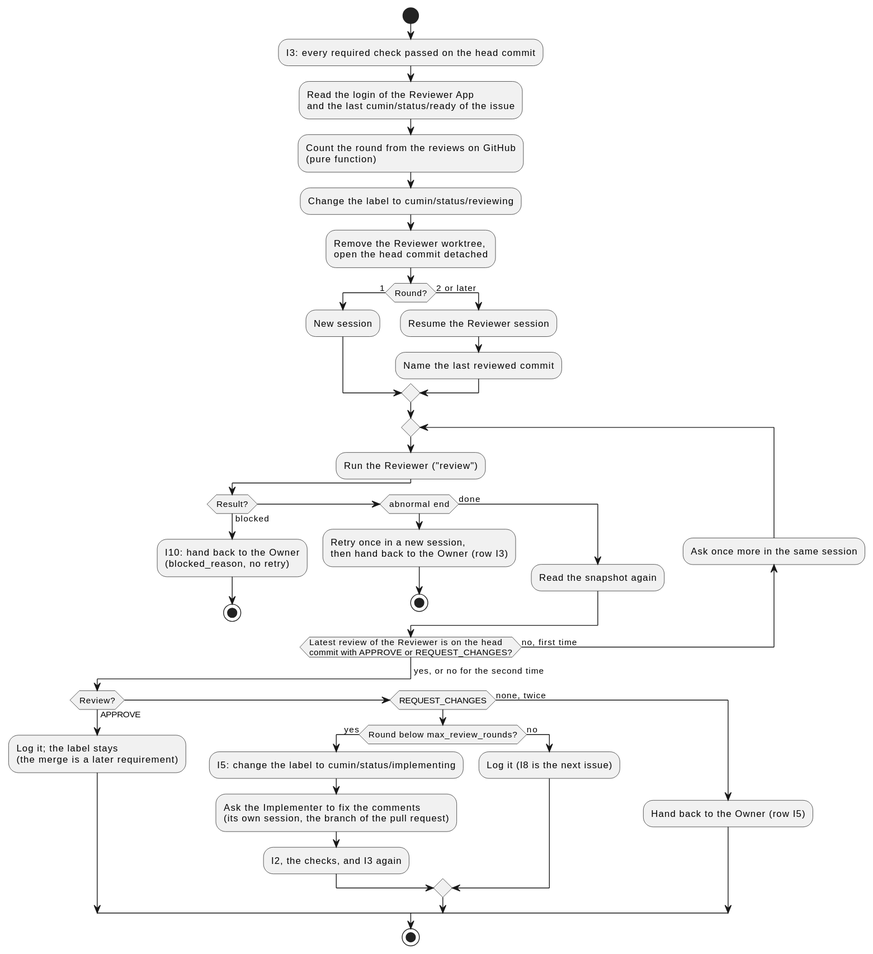
This is docs/ja/designs/poll-review.svg from cloveclovedev/cumin-works, a PlantUML export, as it was before one commit.
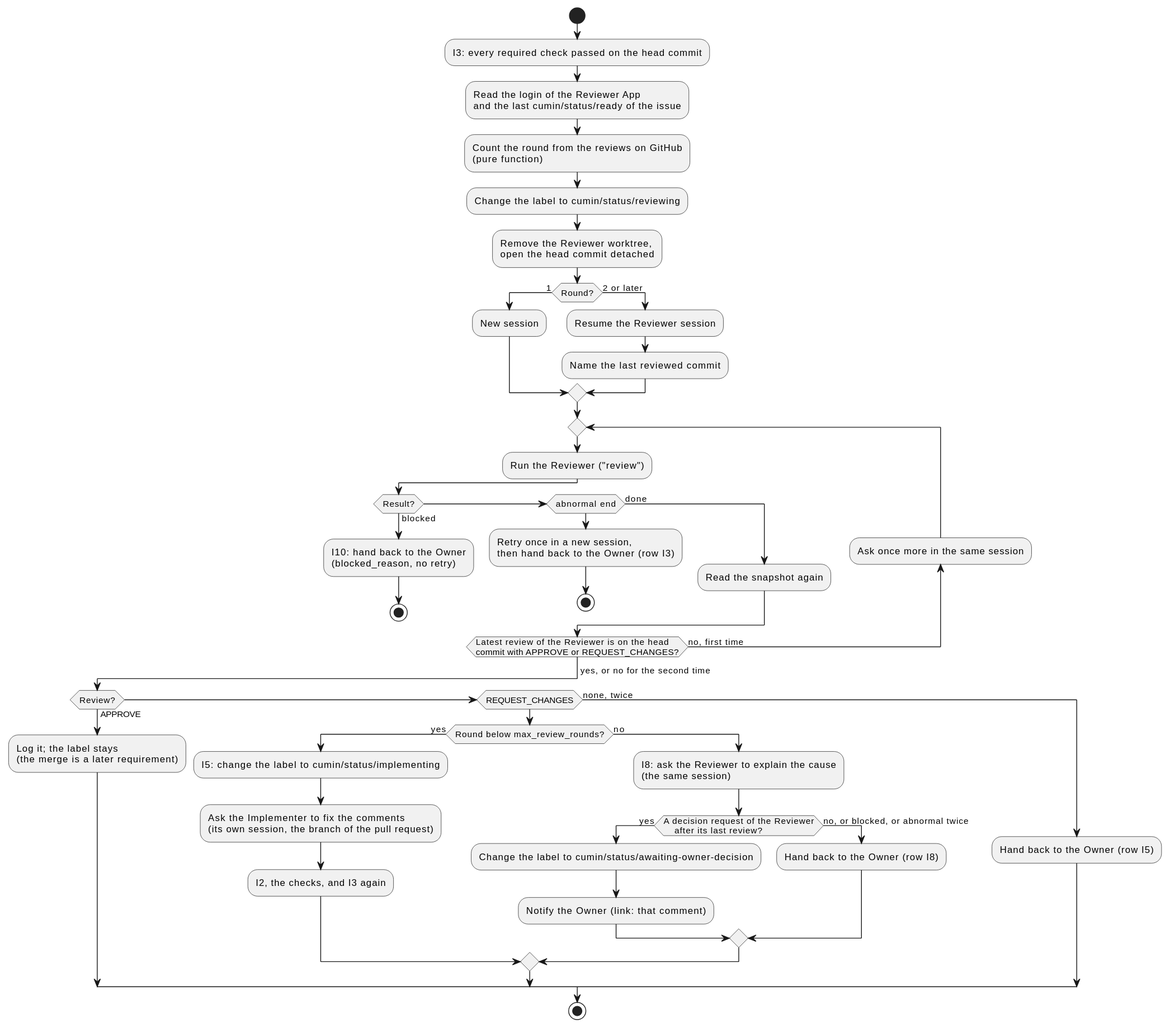
Above is the later version.

Change to the diagram source:
```diff
@@ -44,7 +44,15 @@
     (its own session, the branch of the pull request);
     :I2, the checks, and I3 again;
   else (no)
-    :Log it (I8 is the next issue);
+    :I8: ask the Reviewer to explain the cause
+    (the same session);
+    if (A decision request of the Reviewer
+    after its last review?) then (yes)
+      :Change the label to cumin/status/awaiting-owner-decision;
+      :Notify the Owner (link: that comment);
+    else (no, or blocked, or abnormal twice)
+      :Hand back to the Owner (row I8);
+    endif
   endif
 else (none, twice)
   :Hand back to the Owner (row I5);
```
